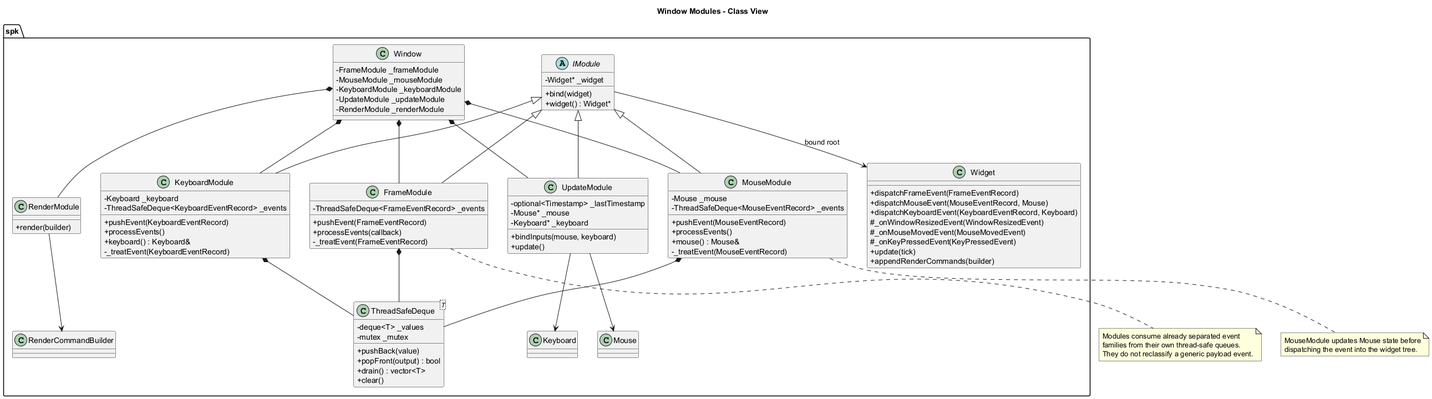
Earlier version of the PlantUML export documentation/architecture/diagrams/window-modules-class.png (Hyarius/Sparkle).
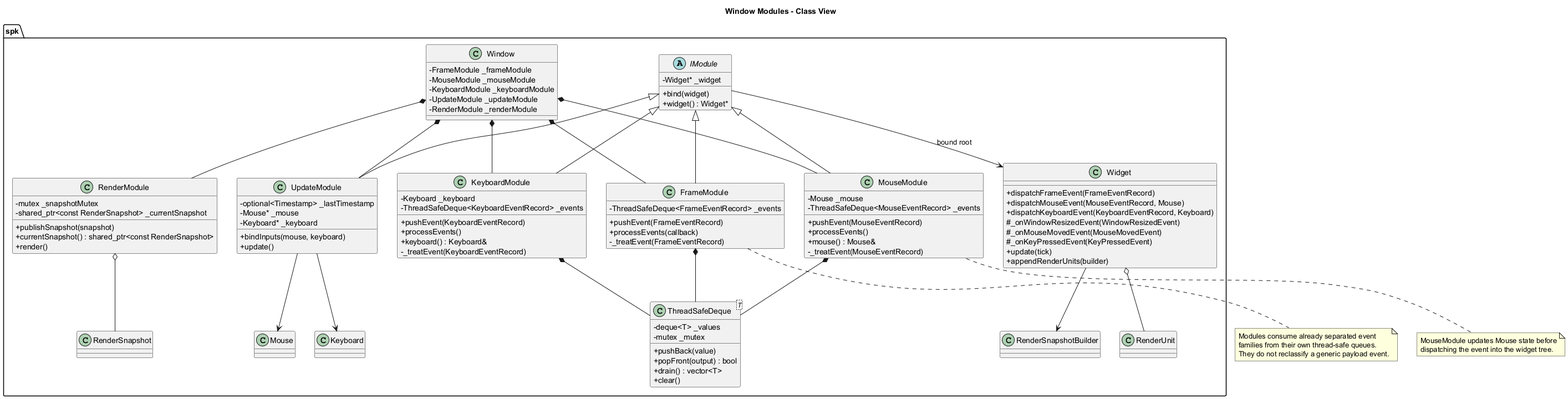
The same file after the commit.

What changed in the source:
```diff
@@ -44,7 +44,11 @@
 	}
 
 	class RenderModule {
-		+ render(builder)
+		- mutex _snapshotMutex
+		- shared_ptr<const RenderSnapshot> _currentSnapshot
+		+ publishSnapshot(snapshot)
+		+ currentSnapshot() : shared_ptr<const RenderSnapshot>
+		+ render()
 	}
 
 	class "ThreadSafeDeque<T>" as ThreadSafeDeque {
@@ -72,8 +76,12 @@
 		# _onMouseMovedEvent(MouseMovedEvent)
 		# _onKeyPressedEvent(KeyPressedEvent)
 		+ update(tick)
-		+ appendRenderCommands(builder)
+		+ appendRenderUnits(builder)
 	}
+
+	class RenderSnapshot
+	class RenderSnapshotBuilder
+	class RenderUnit
 }
 
 spk.IModule <|-- spk.FrameModule
@@ -93,7 +101,9 @@
 spk.KeyboardModule *-- spk.ThreadSafeDeque
 spk.UpdateModule --> spk.Mouse
 spk.UpdateModule --> spk.Keyboard
-spk.RenderModule --> spk.RenderCommandBuilder
+spk.RenderModule o-- spk.RenderSnapshot
+spk.Widget --> spk.RenderSnapshotBuilder
+spk.Widget o-- spk.RenderUnit
 
 note bottom of spk.MouseModule
 MouseModule updates Mouse state before
```
